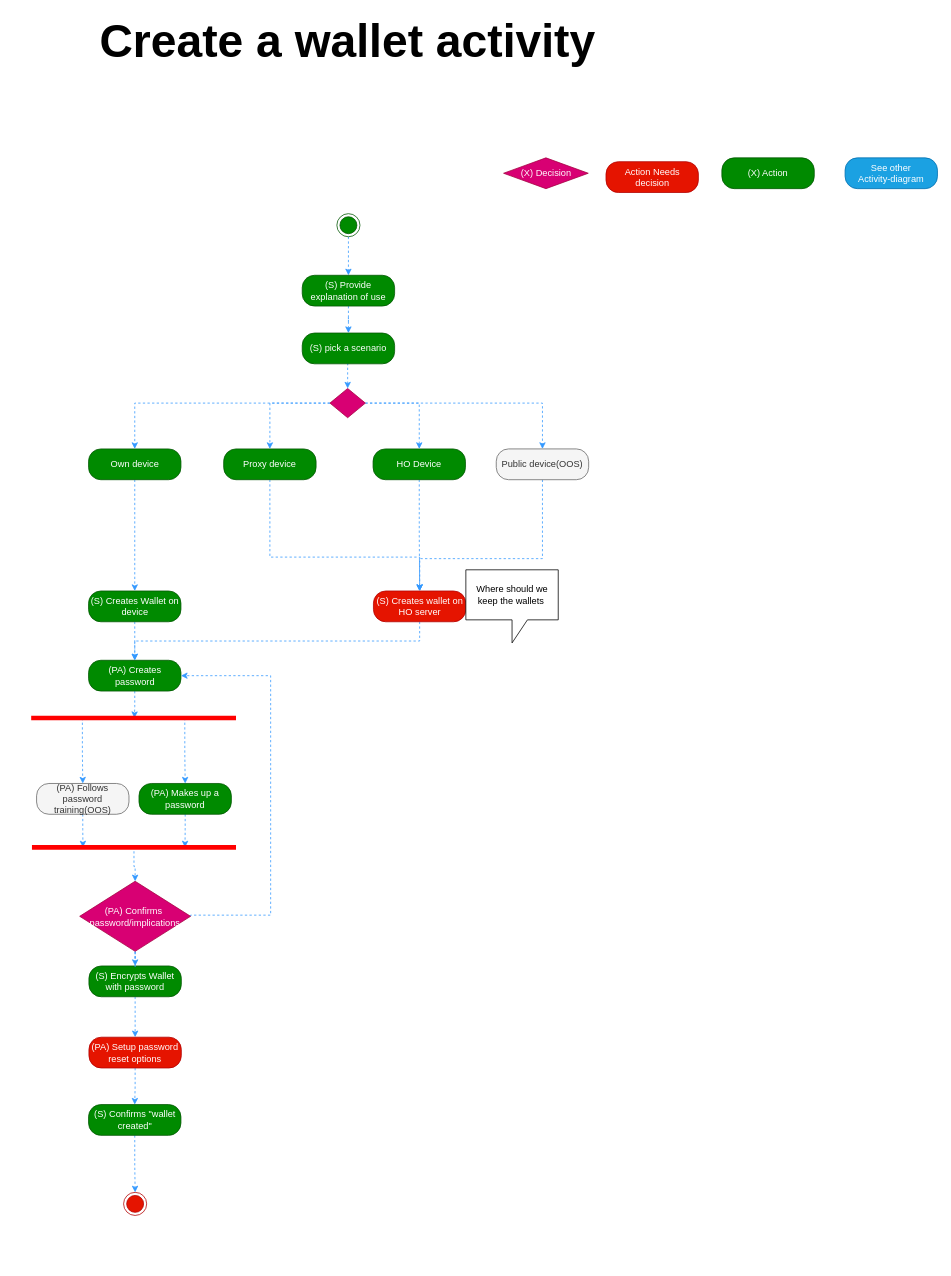
The draw.io diagram Activity Diagrams/Create a wallet activity.drawio in nsward/diagrams, before the edit. Source tidied: cells renumbered, new cells numbered last; positions are measured from the earlier drawing's top-left corner, leaving out a move shared by most shapes. Both pictures are drawn from the tidied source at 77%, with x=0, y=0 at pixel (13, 33).
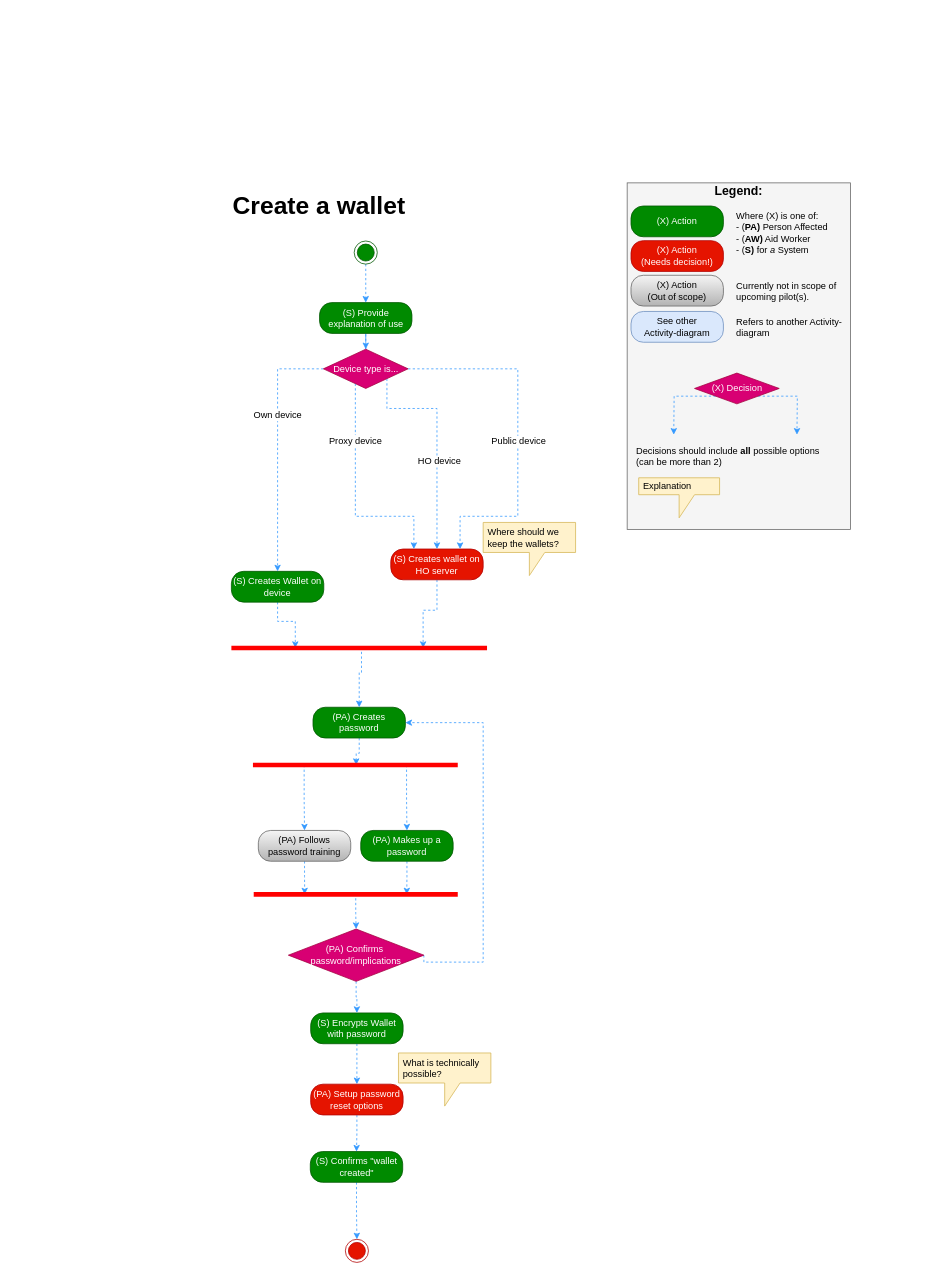
The same page after the edit.

Commit message:
Add legend + comply with layout rules

What changed in the source:
```diff
@@
     <mxCell id="3" style="ellipse;html=1;shape=endState;fillColor=#008a00;strokeColor=#005700;fontColor=#ffffff;" parent="1" vertex="1">
-      <mxGeometry x="420" y="234" width="30" height="30" as="geometry" />
+      <mxGeometry x="442.5" y="269.5" width="30" height="30" as="geometry" />
     </mxCell>
-    <mxCell id="4" style="edgeStyle=orthogonalEdgeStyle;rounded=0;jettySize=auto;html=1;entryX=0.5;entryY=0;entryDx=0;entryDy=0;dashed=1;strokeColor=#3399FF;fontColor=#000000;" parent="1" edge="1" source="5" target="31">
-      <mxGeometry relative="1" as="geometry" />
-    </mxCell>
+    <mxCell id="52" style="edgeStyle=orthogonalEdgeStyle;rounded=0;jettySize=auto;html=1;dashed=1;strokeColor=#3399FF;entryX=0.5;entryY=0;entryDx=0;entryDy=0;" parent="1" edge="1" source="5" target="36">
+      <mxGeometry relative="1" as="geometry" />
+    </mxCell>
     <mxCell id="5" value="(S) Provide explanation of use" style="rounded=1;whiteSpace=wrap;html=1;arcSize=40;fillColor=#008a00;strokeColor=#005700;fontColor=#ffffff;" parent="1" vertex="1">
-      <mxGeometry x="375" y="314" width="120" height="40" as="geometry" />
+      <mxGeometry x="397.5" y="349.5" width="120" height="40" as="geometry" />
     </mxCell>
-    <mxCell id="6" style="edgeStyle=orthogonalEdgeStyle;rounded=0;jettySize=auto;html=1;strokeColor=#3399FF;fontColor=#ffffff;dashed=1;" parent="1" edge="1" source="7" target="9">
+    <mxCell id="6" style="edgeStyle=orthogonalEdgeStyle;rounded=0;jettySize=auto;html=1;strokeColor=#3399FF;fontColor=#ffffff;dashed=1;entryX=0.25;entryY=0.5;entryDx=0;entryDy=0;entryPerimeter=0;" parent="1" edge="1" source="7" target="68">
       <mxGeometry relative="1" as="geometry" />
     </mxCell>
     <mxCell id="7" value="(S) Creates Wallet on device&lt;br&gt;" style="rounded=1;whiteSpace=wrap;html=1;arcSize=40;fillColor=#008a00;strokeColor=#005700;fontColor=#ffffff;" parent="1" vertex="1">
-      <mxGeometry x="97.5" y="724" width="120" height="40" as="geometry" />
+      <mxGeometry x="283" y="698.5" width="120" height="40" as="geometry" />
     </mxCell>
@@
     <mxCell id="9" value="(PA) Creates password" style="rounded=1;whiteSpace=wrap;html=1;arcSize=40;fillColor=#008a00;strokeColor=#005700;fontColor=#ffffff;" parent="1" vertex="1">
-      <mxGeometry x="97.5" y="814" width="120" height="40" as="geometry" />
+      <mxGeometry x="389" y="875" width="120" height="40" as="geometry" />
     </mxCell>
-    <mxCell id="10" value="See other&lt;br&gt;Activity-diagram" style="rounded=1;whiteSpace=wrap;html=1;arcSize=40;fillColor=#1ba1e2;strokeColor=#006EAF;fontColor=#ffffff;" parent="1" vertex="1">
-      <mxGeometry x="1080" y="161.5" width="120" height="40" as="geometry" />
-    </mxCell>
     <mxCell id="11" style="ellipse;html=1;shape=endState;fillColor=#e51400;strokeColor=#B20000;fontColor=#ffffff;" parent="1" vertex="1">
-      <mxGeometry x="143" y="1505" width="30" height="30" as="geometry" />
+      <mxGeometry x="431" y="1566" width="30" height="30" as="geometry" />
     </mxCell>
-    <mxCell id="12" value="(X) Action&lt;br&gt;" style="rounded=1;whiteSpace=wrap;html=1;arcSize=40;fillColor=#008a00;strokeColor=#005700;fontColor=#ffffff;" parent="1" vertex="1">
-      <mxGeometry x="920" y="161.5" width="120" height="40" as="geometry" />
-    </mxCell>
-    <mxCell id="13" value="&lt;span&gt;(X) Decision&lt;br&gt;&lt;/span&gt;" style="rhombus;whiteSpace=wrap;html=1;fillColor=#d80073;strokeColor=#A50040;fontColor=#ffffff;" parent="1" vertex="1">
-      <mxGeometry x="636.5" y="161.5" width="110" height="40" as="geometry" />
-    </mxCell>
@@
     <mxCell id="16" style="shape=line;html=1;strokeWidth=6;strokeColor=#ff0000;fillColor=#008a00;fontColor=#ffffff;" parent="1" vertex="1">
-      <mxGeometry x="23" y="884" width="266" height="10" as="geometry" />
+      <mxGeometry x="311" y="945" width="266" height="10" as="geometry" />
     </mxCell>
@@
-    <mxCell id="18" value="(PA) Follows password training(OOS)" style="rounded=1;whiteSpace=wrap;html=1;arcSize=40;fillColor=#f5f5f5;strokeColor=#666666;fontColor=#333333;" parent="1" vertex="1">
-      <mxGeometry x="30" y="974" width="120" height="40" as="geometry" />
+    <mxCell id="18" value="(PA) Follows password training" style="rounded=1;whiteSpace=wrap;html=1;arcSize=40;fillColor=#f5f5f5;strokeColor=#666666;gradientColor=#b3b3b3;" parent="1" vertex="1">
+      <mxGeometry x="318" y="1035" width="120" height="40" as="geometry" />
     </mxCell>
@@
     <mxCell id="20" value="(PA) Makes up a password" style="rounded=1;whiteSpace=wrap;html=1;arcSize=40;fillColor=#008a00;strokeColor=#005700;fontColor=#ffffff;" parent="1" vertex="1">
-      <mxGeometry x="163" y="974" width="120" height="40" as="geometry" />
+      <mxGeometry x="451" y="1035" width="120" height="40" as="geometry" />
     </mxCell>
@@
     <mxCell id="22" style="shape=line;html=1;strokeWidth=6;strokeColor=#ff0000;" parent="1" vertex="1">
-      <mxGeometry x="24" y="1052" width="265" height="10" as="geometry" />
+      <mxGeometry x="312" y="1113" width="265" height="10" as="geometry" />
     </mxCell>
@@
     <mxCell id="24" value="(S) Encrypts Wallet with password&lt;br&gt;" style="rounded=1;whiteSpace=wrap;html=1;arcSize=40;fillColor=#008a00;strokeColor=#005700;fontColor=#ffffff;" parent="1" vertex="1">
-      <mxGeometry x="98" y="1211" width="120" height="40" as="geometry" />
+      <mxGeometry x="386" y="1272" width="120" height="40" as="geometry" />
     </mxCell>
@@
     <mxCell id="26" value="(S) Confirms &quot;wallet created&quot;&lt;br&gt;" style="rounded=1;whiteSpace=wrap;html=1;arcSize=40;fillColor=#008a00;strokeColor=#005700;fontColor=#ffffff;" parent="1" vertex="1">
-      <mxGeometry x="97.5" y="1391" width="120" height="40" as="geometry" />
+      <mxGeometry x="385.5" y="1452" width="120" height="40" as="geometry" />
     </mxCell>
@@
     <mxCell id="28" style="edgeStyle=orthogonalEdgeStyle;rounded=0;jettySize=auto;html=1;exitX=1;exitY=0.5;exitDx=0;exitDy=0;entryX=1;entryY=0.5;entryDx=0;entryDy=0;dashed=1;strokeColor=#3399FF;fontColor=#000000;" parent="1" edge="1" source="29" target="9">
       <mxGeometry relative="1" as="geometry">
         <Array as="points">
-          <mxPoint x="334" y="1145" />
-          <mxPoint x="334" y="834" />
+          <mxPoint x="610" y="1206" />
+          <mxPoint x="610" y="895" />
         </Array>
       </mxGeometry>
     </mxCell>
     <mxCell id="29" value="(PA) Confirms&amp;nbsp; password/implications" style="rhombus;whiteSpace=wrap;html=1;fillColor=#d80073;strokeColor=#A50040;fontColor=#ffffff;" parent="1" vertex="1">
-      <mxGeometry x="86" y="1101" width="144" height="91" as="geometry" />
+      <mxGeometry x="357" y="1163" width="176" height="68" as="geometry" />
     </mxCell>
-    <mxCell id="30" style="edgeStyle=orthogonalEdgeStyle;rounded=0;jettySize=auto;html=1;exitX=0.5;exitY=1;exitDx=0;exitDy=0;entryX=0.5;entryY=0;entryDx=0;entryDy=0;dashed=1;strokeColor=#3399FF;fontColor=#000000;" parent="1" edge="1" source="31" target="36">
-      <mxGeometry relative="1" as="geometry" />
-    </mxCell>
-    <mxCell id="31" value="(S) pick a scenario&lt;br&gt;" style="rounded=1;whiteSpace=wrap;html=1;arcSize=40;fillColor=#008a00;strokeColor=#005700;fontColor=#ffffff;" parent="1" vertex="1">
-      <mxGeometry x="375" y="389" width="120" height="40" as="geometry" />
-    </mxCell>
-    <mxCell id="32" style="edgeStyle=orthogonalEdgeStyle;rounded=0;jettySize=auto;html=1;exitX=1;exitY=0.5;exitDx=0;exitDy=0;entryX=0.5;entryY=0;entryDx=0;entryDy=0;dashed=1;strokeColor=#3399FF;fontColor=#000000;" parent="1" edge="1" source="36" target="38">
-      <mxGeometry relative="1" as="geometry" />
+    <mxCell id="32" style="edgeStyle=orthogonalEdgeStyle;rounded=0;jettySize=auto;html=1;exitX=1;exitY=1;exitDx=0;exitDy=0;entryX=0.5;entryY=0;entryDx=0;entryDy=0;dashed=1;strokeColor=#3399FF;fontColor=#000000;" parent="1" edge="1" source="36" target="46">
+      <mxGeometry relative="1" as="geometry">
+        <Array as="points">
+          <mxPoint x="485" y="487" />
+          <mxPoint x="550" y="487" />
+        </Array>
+      </mxGeometry>
     </mxCell>
+    <mxCell id="53" value="HO device" style="text;html=1;align=center;verticalAlign=middle;labelBackgroundColor=#ffffff;" parent="32" vertex="1">
+      <mxGeometry x="0.08" y="-18" relative="1" as="geometry">
+        <mxPoint x="20" y="17" as="offset" />
+      </mxGeometry>
+    </mxCell>
-    <mxCell id="33" style="edgeStyle=orthogonalEdgeStyle;rounded=0;jettySize=auto;html=1;entryX=0.5;entryY=0;entryDx=0;entryDy=0;dashed=1;strokeColor=#3399FF;fontColor=#000000;" parent="1" edge="1" source="36" target="40">
-      <mxGeometry relative="1" as="geometry" />
+    <mxCell id="33" style="edgeStyle=orthogonalEdgeStyle;rounded=0;jettySize=auto;html=1;entryX=0.25;entryY=0;entryDx=0;entryDy=0;dashed=1;strokeColor=#3399FF;fontColor=#000000;" parent="1" edge="1" source="36" target="46">
+      <mxGeometry relative="1" as="geometry">
+        <Array as="points">
+          <mxPoint x="444" y="627" />
+          <mxPoint x="520" y="627" />
+        </Array>
+      </mxGeometry>
     </mxCell>
+    <mxCell id="40" value="Proxy device" style="text;html=1;points=[];align=center;verticalAlign=middle;labelBackgroundColor=#ffffff;" parent="33" vertex="1">
+      <mxGeometry x="-0.49" y="-1" relative="1" as="geometry" />
+    </mxCell>
-    <mxCell id="34" style="edgeStyle=orthogonalEdgeStyle;rounded=0;jettySize=auto;html=1;exitX=0;exitY=0.5;exitDx=0;exitDy=0;entryX=0.5;entryY=0;entryDx=0;entryDy=0;dashed=1;strokeColor=#3399FF;fontColor=#000000;" parent="1" edge="1" source="36" target="42">
-      <mxGeometry relative="1" as="geometry" />
+    <mxCell id="34" style="edgeStyle=orthogonalEdgeStyle;rounded=0;jettySize=auto;html=1;exitX=0;exitY=0.5;exitDx=0;exitDy=0;entryX=0.5;entryY=0;entryDx=0;entryDy=0;dashed=1;strokeColor=#3399FF;fontColor=#000000;" parent="1" edge="1" source="36" target="7">
+      <mxGeometry relative="1" as="geometry">
+        <Array as="points">
+          <mxPoint x="343" y="436" />
+        </Array>
+      </mxGeometry>
     </mxCell>
+    <mxCell id="42" value="Own device" style="text;html=1;points=[];align=center;verticalAlign=middle;labelBackgroundColor=#ffffff;" parent="34" vertex="1">
+      <mxGeometry x="-0.26" y="-1" relative="1" as="geometry" />
+    </mxCell>
-    <mxCell id="35" style="edgeStyle=orthogonalEdgeStyle;rounded=0;jettySize=auto;html=1;entryX=0.5;entryY=0;entryDx=0;entryDy=0;dashed=1;strokeColor=#3399FF;" parent="1" edge="1" source="36" target="44">
-      <mxGeometry relative="1" as="geometry" />
+    <mxCell id="35" style="edgeStyle=orthogonalEdgeStyle;rounded=0;jettySize=auto;html=1;entryX=0.75;entryY=0;entryDx=0;entryDy=0;dashed=1;strokeColor=#3399FF;exitX=1;exitY=0.5;exitDx=0;exitDy=0;" parent="1" edge="1" source="36" target="46">
+      <mxGeometry relative="1" as="geometry">
+        <Array as="points">
+          <mxPoint x="655" y="436" />
+          <mxPoint x="655" y="627" />
+          <mxPoint x="580" y="627" />
+        </Array>
+      </mxGeometry>
     </mxCell>
+    <mxCell id="54" value="Public device" style="text;html=1;align=center;verticalAlign=middle;labelBackgroundColor=#ffffff;" parent="35" vertex="1">
+      <mxGeometry x="0.58" y="-18" relative="1" as="geometry">
+        <mxPoint x="23.5" y="-80" as="offset" />
+      </mxGeometry>
+    </mxCell>
-    <mxCell id="36" style="rhombus;whiteSpace=wrap;html=1;fillColor=#d80073;strokeColor=#A50040;fontColor=#ffffff;" parent="1" vertex="1">
-      <mxGeometry x="411" y="461" width="46" height="38" as="geometry" />
+    <mxCell id="36" value="Device type is..." style="rhombus;whiteSpace=wrap;html=1;fillColor=#d80073;strokeColor=#A50040;fontColor=#ffffff;" parent="1" vertex="1">
+      <mxGeometry x="402.5" y="410" width="110" height="51" as="geometry" />
     </mxCell>
-    <mxCell id="37" style="edgeStyle=orthogonalEdgeStyle;rounded=0;jettySize=auto;html=1;exitX=0.5;exitY=1;exitDx=0;exitDy=0;entryX=0.5;entryY=0;entryDx=0;entryDy=0;dashed=1;strokeColor=#3399FF;" parent="1" edge="1" source="38" target="46">
-      <mxGeometry relative="1" as="geometry" />
-    </mxCell>
-    <mxCell id="38" value="HO Device&lt;br&gt;" style="rounded=1;whiteSpace=wrap;html=1;arcSize=40;fillColor=#008a00;strokeColor=#005700;fontColor=#ffffff;" parent="1" vertex="1">
-      <mxGeometry x="467" y="539.5" width="120" height="40" as="geometry" />
-    </mxCell>
-    <mxCell id="39" style="edgeStyle=orthogonalEdgeStyle;rounded=0;jettySize=auto;html=1;entryX=0.5;entryY=0;entryDx=0;entryDy=0;dashed=1;strokeColor=#3399FF;exitX=0.5;exitY=1;exitDx=0;exitDy=0;" parent="1" edge="1" source="40" target="46">
-      <mxGeometry relative="1" as="geometry">
-        <Array as="points">
-          <mxPoint x="333" y="680" />
-          <mxPoint x="528" y="680" />
-        </Array>
-      </mxGeometry>
-    </mxCell>
-    <mxCell id="40" value="Proxy device&lt;br&gt;" style="rounded=1;whiteSpace=wrap;html=1;arcSize=40;fillColor=#008a00;strokeColor=#005700;fontColor=#ffffff;" parent="1" vertex="1">
-      <mxGeometry x="273" y="539.5" width="120" height="40" as="geometry" />
-    </mxCell>
-    <mxCell id="41" style="edgeStyle=orthogonalEdgeStyle;rounded=0;jettySize=auto;html=1;exitX=0.5;exitY=1;exitDx=0;exitDy=0;entryX=0.5;entryY=0;entryDx=0;entryDy=0;dashed=1;strokeColor=#3399FF;" parent="1" edge="1" source="42" target="7">
-      <mxGeometry relative="1" as="geometry" />
-    </mxCell>
-    <mxCell id="42" value="Own device&lt;br&gt;" style="rounded=1;whiteSpace=wrap;html=1;arcSize=40;fillColor=#008a00;strokeColor=#005700;fontColor=#ffffff;" parent="1" vertex="1">
-      <mxGeometry x="97.5" y="539.5" width="120" height="40" as="geometry" />
-    </mxCell>
-    <mxCell id="43" style="edgeStyle=orthogonalEdgeStyle;rounded=0;jettySize=auto;html=1;entryX=0.5;entryY=0;entryDx=0;entryDy=0;dashed=1;strokeColor=#3399FF;" parent="1" edge="1" source="44" target="46">
-      <mxGeometry relative="1" as="geometry">
-        <Array as="points">
-          <mxPoint x="687" y="682" />
-          <mxPoint x="528" y="682" />
-        </Array>
-      </mxGeometry>
-    </mxCell>
-    <mxCell id="44" value="Public device(OOS)&lt;br&gt;" style="rounded=1;whiteSpace=wrap;html=1;arcSize=40;fillColor=#f5f5f5;strokeColor=#666666;fontColor=#333333;" parent="1" vertex="1">
-      <mxGeometry x="627" y="539.5" width="120" height="40" as="geometry" />
-    </mxCell>
-    <mxCell id="45" style="edgeStyle=orthogonalEdgeStyle;rounded=0;jettySize=auto;html=1;exitX=0.5;exitY=1;exitDx=0;exitDy=0;entryX=0.5;entryY=0;entryDx=0;entryDy=0;dashed=1;strokeColor=#3399FF;" parent="1" edge="1" source="46" target="9">
+    <mxCell id="45" style="edgeStyle=orthogonalEdgeStyle;rounded=0;jettySize=auto;html=1;exitX=0.5;exitY=1;exitDx=0;exitDy=0;entryX=0.75;entryY=0.5;entryDx=0;entryDy=0;dashed=1;strokeColor=#3399FF;entryPerimeter=0;" parent="1" edge="1" source="46" target="68">
       <mxGeometry relative="1" as="geometry" />
     </mxCell>
     <mxCell id="46" value="(S) Creates wallet on HO server&lt;br&gt;" style="rounded=1;whiteSpace=wrap;html=1;arcSize=40;fillColor=#e51400;strokeColor=#B20000;fontColor=#ffffff;" parent="1" vertex="1">
-      <mxGeometry x="467.5" y="724" width="120" height="40" as="geometry" />
+      <mxGeometry x="490" y="669.5" width="120" height="40" as="geometry" />
     </mxCell>
-    <mxCell id="47" value="Action Needs decision&lt;br&gt;" style="rounded=1;whiteSpace=wrap;html=1;arcSize=40;fillColor=#e51400;strokeColor=#B20000;fontColor=#ffffff;" parent="1" vertex="1">
-      <mxGeometry x="769.5" y="166.5" width="120" height="40" as="geometry" />
-    </mxCell>
@@
     <mxCell id="49" value="(PA) Setup password reset options" style="rounded=1;whiteSpace=wrap;html=1;arcSize=40;fillColor=#e51400;strokeColor=#B20000;fontColor=#ffffff;" parent="1" vertex="1">
-      <mxGeometry x="98" y="1303.5" width="120" height="40" as="geometry" />
+      <mxGeometry x="386" y="1364.5" width="120" height="40" as="geometry" />
     </mxCell>
-    <mxCell id="50" value="Where should we keep the wallets&amp;nbsp;" style="shape=callout;whiteSpace=wrap;html=1;perimeter=calloutPerimeter;" parent="1" vertex="1">
-      <mxGeometry x="587.5" y="696.5" width="120" height="95" as="geometry" />
+    <mxCell id="50" value="Where should we keep the wallets?" style="shape=callout;whiteSpace=wrap;html=1;perimeter=calloutPerimeter;align=left;strokeColor=#d6b656;fillColor=#fff2cc;spacingLeft=4;" parent="1" vertex="1">
+      <mxGeometry x="610" y="635" width="120" height="69" as="geometry" />
     </mxCell>
-    <mxCell id="51" value="Create a wallet activity" style="text;html=1;strokeColor=none;fillColor=none;align=center;verticalAlign=middle;whiteSpace=wrap;rounded=0;fontSize=60;fontStyle=1;" parent="1" vertex="1">
-      <mxGeometry y="-0.5" width="868" height="20" as="geometry" />
-    </mxCell>
+    <mxCell id="55" style="rounded=0;whiteSpace=wrap;html=1;fontSize=16;align=left;fillColor=#f5f5f5;strokeColor=#666666;fontColor=#333333;" parent="1" vertex="1">
+      <mxGeometry x="797" y="194" width="290" height="450" as="geometry" />
+    </mxCell>
+    <mxCell id="10" value="See other&lt;br&gt;Activity-diagram" style="rounded=1;whiteSpace=wrap;html=1;arcSize=40;fillColor=#dae8fc;strokeColor=#6c8ebf;" parent="1" vertex="1">
+      <mxGeometry x="802" y="361" width="120" height="40" as="geometry" />
+    </mxCell>
+    <mxCell id="12" value="(X) Action&lt;br&gt;" style="rounded=1;whiteSpace=wrap;html=1;arcSize=40;fillColor=#008a00;strokeColor=#005700;fontColor=#ffffff;" parent="1" vertex="1">
+      <mxGeometry x="802" y="224" width="120" height="40" as="geometry" />
+    </mxCell>
+    <mxCell id="56" style="edgeStyle=orthogonalEdgeStyle;rounded=0;jettySize=auto;html=1;dashed=1;strokeColor=#3399FF;exitX=0;exitY=1;exitDx=0;exitDy=0;" parent="1" edge="1" source="13">
+      <mxGeometry relative="1" as="geometry">
+        <mxPoint x="857.5" y="521" as="targetPoint" />
+      </mxGeometry>
+    </mxCell>
+    <mxCell id="57" style="edgeStyle=orthogonalEdgeStyle;rounded=0;jettySize=auto;html=1;exitX=1;exitY=1;exitDx=0;exitDy=0;dashed=1;strokeColor=#3399FF;" parent="1" edge="1" source="13">
+      <mxGeometry relative="1" as="geometry">
+        <mxPoint x="1017.5" y="521" as="targetPoint" />
+      </mxGeometry>
+    </mxCell>
+    <mxCell id="13" value="&lt;span&gt;(X) Decision&lt;br&gt;&lt;/span&gt;" style="rhombus;whiteSpace=wrap;html=1;fillColor=#d80073;strokeColor=#A50040;fontColor=#ffffff;" parent="1" vertex="1">
+      <mxGeometry x="884.5" y="441" width="110" height="40" as="geometry" />
+    </mxCell>
+    <mxCell id="58" value="(X) Action&lt;br&gt;(Needs decision!)&lt;br&gt;" style="rounded=1;whiteSpace=wrap;html=1;arcSize=40;fillColor=#e51400;strokeColor=#B20000;fontColor=#ffffff;" parent="1" vertex="1">
+      <mxGeometry x="802" y="269" width="120" height="40" as="geometry" />
+    </mxCell>
+    <mxCell id="59" value="&lt;div style=&quot;text-align: left ; font-size: 32px&quot;&gt;Create a wallet&lt;/div&gt;" style="text;html=1;strokeColor=none;fillColor=none;align=left;verticalAlign=middle;whiteSpace=wrap;rounded=0;fontStyle=1;fontSize=32;spacingLeft=16;" parent="1" vertex="1">
+      <mxGeometry x="267" y="184" width="518" height="80" as="geometry" />
+    </mxCell>
+    <mxCell id="60" value="&lt;font style=&quot;font-size: 16px;&quot;&gt;Legend:&lt;/font&gt;" style="text;html=1;strokeColor=none;fillColor=none;align=center;verticalAlign=middle;whiteSpace=wrap;rounded=0;fontSize=16;fontStyle=1;" parent="1" vertex="1">
+      <mxGeometry x="922" y="194" width="40" height="20" as="geometry" />
+    </mxCell>
+    <mxCell id="61" value="Where (X) is one of:&lt;br&gt;- (&lt;b&gt;PA)&lt;/b&gt; Person Affected&lt;br&gt;- (&lt;b&gt;AW)&lt;/b&gt; Aid Worker&lt;br&gt;- (&lt;b&gt;S)&lt;/b&gt; for &lt;i&gt;a&lt;/i&gt; System&lt;br&gt;" style="text;html=1;strokeColor=none;fillColor=none;align=left;verticalAlign=top;whiteSpace=wrap;rounded=0;fontSize=12;" parent="1" vertex="1">
+      <mxGeometry x="937" y="224" width="140" height="70" as="geometry" />
+    </mxCell>
+    <mxCell id="62" value="Refers to another Activity-diagram&lt;br&gt;" style="text;html=1;strokeColor=none;fillColor=none;align=left;verticalAlign=top;whiteSpace=wrap;rounded=0;fontSize=12;" parent="1" vertex="1">
+      <mxGeometry x="937" y="361" width="140" height="38" as="geometry" />
+    </mxCell>
+    <mxCell id="63" value="Decisions should include &lt;b&gt;all&lt;/b&gt; possible options (can be more than 2)&lt;br&gt;" style="text;html=1;strokeColor=none;fillColor=none;align=left;verticalAlign=top;whiteSpace=wrap;rounded=0;fontSize=12;" parent="1" vertex="1">
+      <mxGeometry x="807" y="529" width="250" height="38" as="geometry" />
+    </mxCell>
+    <mxCell id="64" value="&lt;p&gt;Explanation&lt;/p&gt;" style="shape=callout;whiteSpace=wrap;html=1;perimeter=calloutPerimeter;fillColor=#fff2cc;fontSize=12;align=left;strokeColor=#d6b656;spacingLeft=4;" parent="1" vertex="1">
+      <mxGeometry x="812" y="577" width="105" height="52" as="geometry" />
+    </mxCell>
+    <mxCell id="65" value="(X) Action&lt;br&gt;(Out of scope)&lt;br&gt;" style="rounded=1;whiteSpace=wrap;html=1;arcSize=40;fillColor=#f5f5f5;strokeColor=#666666;gradientColor=#b3b3b3;" parent="1" vertex="1">
+      <mxGeometry x="802" y="314" width="120" height="40" as="geometry" />
+    </mxCell>
+    <mxCell id="66" value="Currently not in scope of upcoming pilot(s).&lt;br&gt;" style="text;html=1;strokeColor=none;fillColor=none;align=left;verticalAlign=top;whiteSpace=wrap;rounded=0;fontSize=12;" parent="1" vertex="1">
+      <mxGeometry x="937" y="314" width="140" height="70" as="geometry" />
+    </mxCell>
+    <mxCell id="67" style="edgeStyle=orthogonalEdgeStyle;rounded=0;jettySize=auto;html=1;entryX=0.5;entryY=0;entryDx=0;entryDy=0;dashed=1;strokeColor=#3399FF;exitX=0.509;exitY=0.448;exitDx=0;exitDy=0;exitPerimeter=0;" parent="1" edge="1" source="68" target="9">
+      <mxGeometry relative="1" as="geometry">
+        <Array as="points">
+          <mxPoint x="452" y="830" />
+          <mxPoint x="449" y="830" />
+        </Array>
+      </mxGeometry>
+    </mxCell>
+    <mxCell id="68" style="shape=line;html=1;strokeWidth=6;strokeColor=#ff0000;" parent="1" vertex="1">
+      <mxGeometry x="283" y="788.5" width="332" height="19" as="geometry" />
+    </mxCell>
+    <mxCell id="69" value="What is technically possible?" style="shape=callout;whiteSpace=wrap;html=1;perimeter=calloutPerimeter;align=left;strokeColor=#d6b656;fillColor=#fff2cc;spacingLeft=4;" parent="1" vertex="1">
+      <mxGeometry x="500" y="1324" width="120" height="69" as="geometry" />
+    </mxCell>
```
